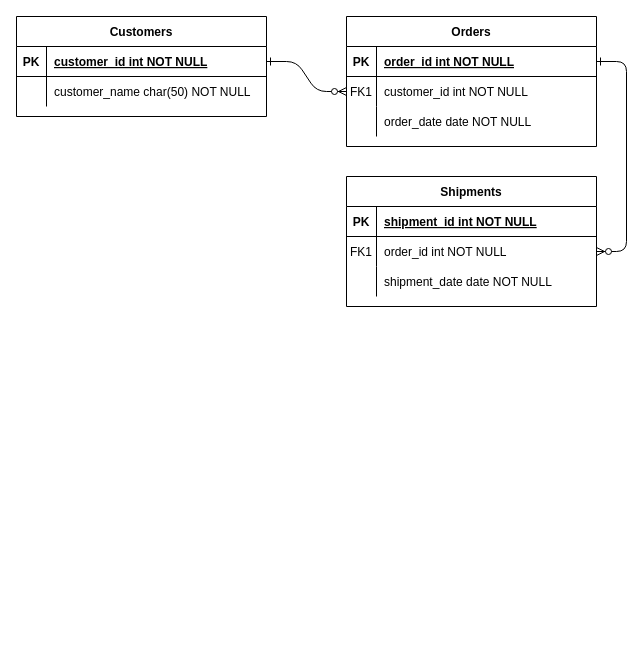
Before: Untitled Diagram.drawio in Elerqsousy/vet-clinic-database, a draw.io diagram. Source tidied: cells renumbered, new cells numbered last; positions are measured from the earlier drawing's top-left corner, leaving out a move shared by most shapes. Both pictures are drawn from the tidied source at 100%, with x=0, y=0 at pixel (16, 16).
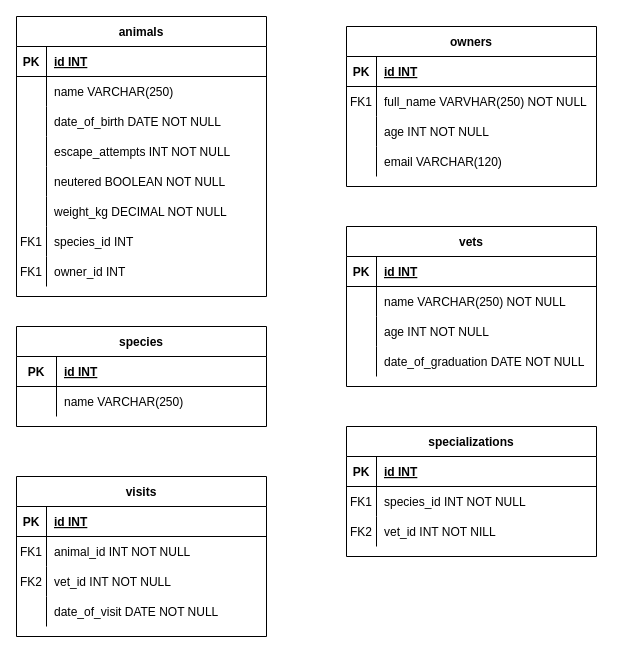
After the change.

Commit message:
Update vet clinic schema diagram

The change refers to these unchanged cells:
```xml
<mxCell id="5" style="shape=partialRectangle;fillColor=none;points=[[0,0.5],[1,0.5]];portConstraint=eastwest;top=0;left=0;right=0;bottom=1;" parent="4" vertex="1">
  <mxGeometry y="30" width="250" height="30" as="geometry" />
</mxCell>
<mxCell id="8" style="shape=partialRectangle;fillColor=none;points=[[0,0.5],[1,0.5]];portConstraint=eastwest;top=0;left=0;right=0;bottom=0;" parent="4" vertex="1">
  <mxGeometry y="60" width="250" height="30" as="geometry" />
</mxCell>
<mxCell id="11" style="shape=partialRectangle;fillColor=none;top=0;left=0;right=0;bottom=0;" parent="4" vertex="1">
  <mxGeometry y="90" width="250" height="30" as="geometry" />
</mxCell>
<mxCell id="15" style="shape=partialRectangle;fillColor=none;top=0;left=0;right=0;bottom=1;" parent="14" vertex="1">
  <mxGeometry y="30" width="250" height="30" as="geometry" />
</mxCell>
<mxCell id="18" style="shape=partialRectangle;fillColor=none;points=[[0,0.5],[1,0.5]];portConstraint=eastwest;top=0;left=0;right=0;bottom=0;" parent="14" vertex="1">
  <mxGeometry y="60" width="250" height="30" as="geometry" />
</mxCell>
<mxCell id="21" style="shape=partialRectangle;fillColor=none;top=0;left=0;right=0;bottom=0;" parent="14" vertex="1">
  <mxGeometry y="90" width="250" height="30" as="geometry" />
</mxCell>
<mxCell id="25" style="shape=partialRectangle;fillColor=none;points=[[0,0.5],[1,0.5]];portConstraint=eastwest;top=0;left=0;right=0;bottom=1;" parent="24" vertex="1">
  <mxGeometry y="30" width="250" height="30" as="geometry" />
</mxCell>
<mxCell id="28" style="shape=partialRectangle;fillColor=none;top=0;left=0;right=0;bottom=0;" parent="24" vertex="1">
  <mxGeometry y="60" width="250" height="30" as="geometry" />
</mxCell>
```

Diff of the diagram source:
```diff
@@
-    <mxCell id="2" style="edgeStyle=entityRelationEdgeStyle;endArrow=ERzeroToMany;startArrow=ERone;endFill=1;startFill=0;" parent="1" edge="1" source="25" target="8">
-      <mxGeometry relative="1" as="geometry" />
-    </mxCell>
-    <mxCell id="3" style="edgeStyle=entityRelationEdgeStyle;endArrow=ERzeroToMany;startArrow=ERone;endFill=1;startFill=0;" parent="1" edge="1" source="5" target="18">
-      <mxGeometry relative="1" as="geometry" />
-    </mxCell>
-    <mxCell id="4" value="Orders" style="shape=table;startSize=30;childLayout=tableLayout;rowLines=0;fontStyle=1;align=center;" parent="1" vertex="1">
-      <mxGeometry x="330" width="250" height="130" as="geometry" />
+    <mxCell id="4" value="owners" style="shape=table;startSize=30;childLayout=tableLayout;rowLines=0;fontStyle=1;align=center;" parent="1" vertex="1">
+      <mxGeometry x="330" y="10" width="250" height="160" as="geometry" />
     </mxCell>
@@
-    <mxCell id="7" value="order_id int NOT NULL " style="shape=partialRectangle;overflow=hidden;fillColor=none;top=0;left=0;bottom=0;right=0;align=left;spacingLeft=6;fontStyle=5;" parent="5" vertex="1">
+    <mxCell id="7" value="id INT " style="shape=partialRectangle;overflow=hidden;fillColor=none;top=0;left=0;bottom=0;right=0;align=left;spacingLeft=6;fontStyle=5;" parent="5" vertex="1">
       <mxGeometry x="30" width="220" height="30" as="geometry" />
     </mxCell>
@@
-    <mxCell id="10" value="customer_id int NOT NULL" style="shape=partialRectangle;overflow=hidden;fillColor=none;top=0;left=0;bottom=0;right=0;align=left;spacingLeft=6;" parent="8" vertex="1">
+    <mxCell id="10" value="full_name VARVHAR(250) NOT NULL" style="shape=partialRectangle;overflow=hidden;fillColor=none;top=0;left=0;bottom=0;right=0;align=left;spacingLeft=6;" parent="8" vertex="1">
       <mxGeometry x="30" width="220" height="30" as="geometry" />
     </mxCell>
@@
-    <mxCell id="13" value="order_date date NOT NULL" style="shape=partialRectangle;overflow=hidden;fillColor=none;top=0;left=0;bottom=0;right=0;align=left;spacingLeft=6;" parent="11" vertex="1">
+    <mxCell id="13" value="age INT NOT NULL" style="shape=partialRectangle;overflow=hidden;fillColor=none;top=0;left=0;bottom=0;right=0;align=left;spacingLeft=6;" parent="11" vertex="1">
       <mxGeometry x="30" width="220" height="30" as="geometry" />
     </mxCell>
+    <mxCell id="31" style="shape=partialRectangle;fillColor=none;top=0;left=0;right=0;bottom=0;" parent="4" vertex="1">
+      <mxGeometry y="120" width="250" height="30" as="geometry" />
+    </mxCell>
+    <mxCell id="32" style="shape=partialRectangle;overflow=hidden;fillColor=none;top=0;left=0;bottom=0;right=0;" parent="31" vertex="1">
+      <mxGeometry width="30" height="30" as="geometry" />
+    </mxCell>
+    <mxCell id="33" value="email VARCHAR(120)" style="shape=partialRectangle;overflow=hidden;fillColor=none;top=0;left=0;bottom=0;right=0;align=left;spacingLeft=6;" parent="31" vertex="1">
+      <mxGeometry x="30" width="220" height="30" as="geometry" />
+    </mxCell>
-    <mxCell id="14" value="Shipments" style="shape=table;startSize=30;childLayout=tableLayout;rowLines=0;fontStyle=1;align=center;" parent="1" vertex="1">
-      <mxGeometry x="330" y="160" width="250" height="130" as="geometry" />
+    <mxCell id="14" value="vets" style="shape=table;startSize=30;childLayout=tableLayout;rowLines=0;fontStyle=1;align=center;" parent="1" vertex="1">
+      <mxGeometry x="330" y="210" width="250" height="160" as="geometry" />
     </mxCell>
@@
-    <mxCell id="17" value="shipment_id int NOT NULL " style="shape=partialRectangle;overflow=hidden;fillColor=none;top=0;left=0;bottom=0;right=0;align=left;spacingLeft=6;fontStyle=5;" parent="15" vertex="1">
+    <mxCell id="17" value="id INT " style="shape=partialRectangle;overflow=hidden;fillColor=none;top=0;left=0;bottom=0;right=0;align=left;spacingLeft=6;fontStyle=5;" parent="15" vertex="1">
       <mxGeometry x="30" width="220" height="30" as="geometry" />
     </mxCell>
@@
-    <mxCell id="19" value="FK1" style="shape=partialRectangle;overflow=hidden;fillColor=none;top=0;left=0;bottom=0;right=0;" parent="18" vertex="1">
+    <mxCell id="19" style="shape=partialRectangle;overflow=hidden;fillColor=none;top=0;left=0;bottom=0;right=0;" parent="18" vertex="1">
       <mxGeometry width="30" height="30" as="geometry" />
     </mxCell>
-    <mxCell id="20" value="order_id int NOT NULL" style="shape=partialRectangle;overflow=hidden;fillColor=none;top=0;left=0;bottom=0;right=0;align=left;spacingLeft=6;" parent="18" vertex="1">
+    <mxCell id="20" value="name VARCHAR(250) NOT NULL" style="shape=partialRectangle;overflow=hidden;fillColor=none;top=0;left=0;bottom=0;right=0;align=left;spacingLeft=6;" parent="18" vertex="1">
       <mxGeometry x="30" width="220" height="30" as="geometry" />
     </mxCell>
@@
-    <mxCell id="23" value="shipment_date date NOT NULL" style="shape=partialRectangle;overflow=hidden;fillColor=none;top=0;left=0;bottom=0;right=0;align=left;spacingLeft=6;" parent="21" vertex="1">
+    <mxCell id="23" value="age INT NOT NULL" style="shape=partialRectangle;overflow=hidden;fillColor=none;top=0;left=0;bottom=0;right=0;align=left;spacingLeft=6;" parent="21" vertex="1">
       <mxGeometry x="30" width="220" height="30" as="geometry" />
     </mxCell>
+    <mxCell id="34" style="shape=partialRectangle;fillColor=none;top=0;left=0;right=0;bottom=0;" parent="14" vertex="1">
+      <mxGeometry y="120" width="250" height="30" as="geometry" />
+    </mxCell>
+    <mxCell id="35" style="shape=partialRectangle;overflow=hidden;fillColor=none;top=0;left=0;bottom=0;right=0;" parent="34" vertex="1">
+      <mxGeometry width="30" height="30" as="geometry" />
+    </mxCell>
+    <mxCell id="36" value="date_of_graduation DATE NOT NULL" style="shape=partialRectangle;overflow=hidden;fillColor=none;top=0;left=0;bottom=0;right=0;align=left;spacingLeft=6;" parent="34" vertex="1">
+      <mxGeometry x="30" width="220" height="30" as="geometry" />
+    </mxCell>
-    <mxCell id="24" value="Customers" style="shape=table;startSize=30;childLayout=tableLayout;rowLines=0;fontStyle=1;align=center;" parent="1" vertex="1">
-      <mxGeometry width="250" height="100" as="geometry" />
+    <mxCell id="24" value="animals" style="shape=table;startSize=30;childLayout=tableLayout;rowLines=0;fontStyle=1;align=center;" parent="1" vertex="1">
+      <mxGeometry width="250" height="280" as="geometry" />
     </mxCell>
@@
-    <mxCell id="27" value="customer_id int NOT NULL " style="shape=partialRectangle;overflow=hidden;fillColor=none;top=0;left=0;bottom=0;right=0;align=left;spacingLeft=6;fontStyle=5;" parent="25" vertex="1">
+    <mxCell id="27" value="id INT " style="shape=partialRectangle;overflow=hidden;fillColor=none;top=0;left=0;bottom=0;right=0;align=left;spacingLeft=6;fontStyle=5;" parent="25" vertex="1">
       <mxGeometry x="30" width="220" height="30" as="geometry" />
     </mxCell>
@@
-    <mxCell id="30" value="customer_name char(50) NOT NULL" style="shape=partialRectangle;overflow=hidden;fillColor=none;top=0;left=0;bottom=0;right=0;align=left;spacingLeft=6;" parent="28" vertex="1">
+    <mxCell id="30" value="name VARCHAR(250)" style="shape=partialRectangle;overflow=hidden;fillColor=none;top=0;left=0;bottom=0;right=0;align=left;spacingLeft=6;" parent="28" vertex="1">
       <mxGeometry x="30" width="220" height="30" as="geometry" />
     </mxCell>
+    <mxCell id="37" style="shape=partialRectangle;fillColor=none;top=0;left=0;right=0;bottom=0;" parent="24" vertex="1">
+      <mxGeometry y="90" width="250" height="30" as="geometry" />
+    </mxCell>
+    <mxCell id="38" style="shape=partialRectangle;overflow=hidden;fillColor=none;top=0;left=0;bottom=0;right=0;" parent="37" vertex="1">
+      <mxGeometry width="30" height="30" as="geometry" />
+    </mxCell>
+    <mxCell id="39" value="date_of_birth DATE NOT NULL" style="shape=partialRectangle;overflow=hidden;fillColor=none;top=0;left=0;bottom=0;right=0;align=left;spacingLeft=6;" parent="37" vertex="1">
+      <mxGeometry x="30" width="220" height="30" as="geometry" />
+    </mxCell>
+    <mxCell id="40" style="shape=partialRectangle;fillColor=none;top=0;left=0;right=0;bottom=0;" parent="24" vertex="1">
+      <mxGeometry y="120" width="250" height="30" as="geometry" />
+    </mxCell>
+    <mxCell id="41" style="shape=partialRectangle;overflow=hidden;fillColor=none;top=0;left=0;bottom=0;right=0;" parent="40" vertex="1">
+      <mxGeometry width="30" height="30" as="geometry" />
+    </mxCell>
+    <mxCell id="42" value="escape_attempts INT NOT NULL" style="shape=partialRectangle;overflow=hidden;fillColor=none;top=0;left=0;bottom=0;right=0;align=left;spacingLeft=6;" parent="40" vertex="1">
+      <mxGeometry x="30" width="220" height="30" as="geometry" />
+    </mxCell>
+    <mxCell id="43" style="shape=partialRectangle;fillColor=none;top=0;left=0;right=0;bottom=0;" parent="24" vertex="1">
+      <mxGeometry y="150" width="250" height="30" as="geometry" />
+    </mxCell>
+    <mxCell id="44" style="shape=partialRectangle;overflow=hidden;fillColor=none;top=0;left=0;bottom=0;right=0;" parent="43" vertex="1">
+      <mxGeometry width="30" height="30" as="geometry" />
+    </mxCell>
+    <mxCell id="45" value="neutered BOOLEAN NOT NULL" style="shape=partialRectangle;overflow=hidden;fillColor=none;top=0;left=0;bottom=0;right=0;align=left;spacingLeft=6;" parent="43" vertex="1">
+      <mxGeometry x="30" width="220" height="30" as="geometry" />
+    </mxCell>
+    <mxCell id="46" style="shape=partialRectangle;fillColor=none;top=0;left=0;right=0;bottom=0;" parent="24" vertex="1">
+      <mxGeometry y="180" width="250" height="30" as="geometry" />
+    </mxCell>
+    <mxCell id="47" style="shape=partialRectangle;overflow=hidden;fillColor=none;top=0;left=0;bottom=0;right=0;" parent="46" vertex="1">
+      <mxGeometry width="30" height="30" as="geometry" />
+    </mxCell>
+    <mxCell id="48" value="weight_kg DECIMAL NOT NULL" style="shape=partialRectangle;overflow=hidden;fillColor=none;top=0;left=0;bottom=0;right=0;align=left;spacingLeft=6;" parent="46" vertex="1">
+      <mxGeometry x="30" width="220" height="30" as="geometry" />
+    </mxCell>
+    <mxCell id="49" style="shape=partialRectangle;fillColor=none;top=0;left=0;right=0;bottom=0;" parent="24" vertex="1">
+      <mxGeometry y="210" width="250" height="30" as="geometry" />
+    </mxCell>
+    <mxCell id="50" value="FK1" style="shape=partialRectangle;overflow=hidden;fillColor=none;top=0;left=0;bottom=0;right=0;" parent="49" vertex="1">
+      <mxGeometry width="30" height="30" as="geometry" />
+    </mxCell>
+    <mxCell id="51" value="species_id INT " style="shape=partialRectangle;overflow=hidden;fillColor=none;top=0;left=0;bottom=0;right=0;align=left;spacingLeft=6;" parent="49" vertex="1">
+      <mxGeometry x="30" width="220" height="30" as="geometry" />
+    </mxCell>
+    <mxCell id="52" style="shape=partialRectangle;fillColor=none;top=0;left=0;right=0;bottom=0;" parent="24" vertex="1">
+      <mxGeometry y="240" width="250" height="30" as="geometry" />
+    </mxCell>
+    <mxCell id="53" value="FK1" style="shape=partialRectangle;overflow=hidden;fillColor=none;top=0;left=0;bottom=0;right=0;" parent="52" vertex="1">
+      <mxGeometry width="30" height="30" as="geometry" />
+    </mxCell>
+    <mxCell id="54" value="owner_id INT" style="shape=partialRectangle;overflow=hidden;fillColor=none;top=0;left=0;bottom=0;right=0;align=left;spacingLeft=6;" parent="52" vertex="1">
+      <mxGeometry x="30" width="220" height="30" as="geometry" />
+    </mxCell>
+    <mxCell id="55" value="species" style="shape=table;startSize=30;childLayout=tableLayout;rowLines=0;fontStyle=1;align=center;" parent="1" vertex="1">
+      <mxGeometry y="310" width="250" height="100" as="geometry" />
+    </mxCell>
+    <mxCell id="56" style="shape=partialRectangle;fillColor=none;top=0;left=0;right=0;bottom=1;" parent="55" vertex="1">
+      <mxGeometry y="30" width="250" height="30" as="geometry" />
+    </mxCell>
+    <mxCell id="57" value="PK" style="shape=partialRectangle;overflow=hidden;fillColor=none;top=0;left=0;bottom=0;right=0;fontStyle=1;" parent="56" vertex="1">
+      <mxGeometry width="40" height="30" as="geometry" />
+    </mxCell>
+    <mxCell id="58" value="id INT" style="shape=partialRectangle;overflow=hidden;fillColor=none;top=0;left=0;bottom=0;right=0;align=left;spacingLeft=6;fontStyle=5;" parent="56" vertex="1">
+      <mxGeometry x="40" width="210" height="30" as="geometry" />
+    </mxCell>
+    <mxCell id="59" style="shape=partialRectangle;fillColor=none;top=0;left=0;right=0;bottom=0;" parent="55" vertex="1">
+      <mxGeometry y="60" width="250" height="30" as="geometry" />
+    </mxCell>
+    <mxCell id="60" style="shape=partialRectangle;overflow=hidden;fillColor=none;top=0;left=0;bottom=0;right=0;" parent="59" vertex="1">
+      <mxGeometry width="40" height="30" as="geometry" />
+    </mxCell>
+    <mxCell id="61" value="name VARCHAR(250)" style="shape=partialRectangle;overflow=hidden;fillColor=none;top=0;left=0;bottom=0;right=0;align=left;spacingLeft=6;" parent="59" vertex="1">
+      <mxGeometry x="40" width="210" height="30" as="geometry" />
+    </mxCell>
+    <mxCell id="62" value="specializations" style="shape=table;startSize=30;childLayout=tableLayout;rowLines=0;fontStyle=1;align=center;" parent="1" vertex="1">
+      <mxGeometry x="330" y="410" width="250" height="130" as="geometry" />
+    </mxCell>
+    <mxCell id="63" style="shape=partialRectangle;fillColor=none;top=0;left=0;right=0;bottom=1;" parent="62" vertex="1">
+      <mxGeometry y="30" width="250" height="30" as="geometry" />
+    </mxCell>
+    <mxCell id="64" value="PK" style="shape=partialRectangle;overflow=hidden;fillColor=none;top=0;left=0;bottom=0;right=0;fontStyle=1;" parent="63" vertex="1">
+      <mxGeometry width="30" height="30" as="geometry" />
+    </mxCell>
+    <mxCell id="65" value="id INT " style="shape=partialRectangle;overflow=hidden;fillColor=none;top=0;left=0;bottom=0;right=0;align=left;spacingLeft=6;fontStyle=5;" parent="63" vertex="1">
+      <mxGeometry x="30" width="220" height="30" as="geometry" />
+    </mxCell>
+    <mxCell id="66" style="shape=partialRectangle;fillColor=none;top=0;left=0;right=0;bottom=0;" parent="62" vertex="1">
+      <mxGeometry y="60" width="250" height="30" as="geometry" />
+    </mxCell>
+    <mxCell id="67" value="FK1" style="shape=partialRectangle;overflow=hidden;fillColor=none;top=0;left=0;bottom=0;right=0;" parent="66" vertex="1">
+      <mxGeometry width="30" height="30" as="geometry" />
+    </mxCell>
+    <mxCell id="68" value="species_id INT NOT NULL" style="shape=partialRectangle;overflow=hidden;fillColor=none;top=0;left=0;bottom=0;right=0;align=left;spacingLeft=6;" parent="66" vertex="1">
+      <mxGeometry x="30" width="220" height="30" as="geometry" />
+    </mxCell>
+    <mxCell id="69" style="shape=partialRectangle;fillColor=none;top=0;left=0;right=0;bottom=0;" parent="62" vertex="1">
+      <mxGeometry y="90" width="250" height="30" as="geometry" />
+    </mxCell>
+    <mxCell id="70" value="FK2" style="shape=partialRectangle;overflow=hidden;fillColor=none;top=0;left=0;bottom=0;right=0;" parent="69" vertex="1">
+      <mxGeometry width="30" height="30" as="geometry" />
+    </mxCell>
+    <mxCell id="71" value="vet_id INT NOT NILL" style="shape=partialRectangle;overflow=hidden;fillColor=none;top=0;left=0;bottom=0;right=0;align=left;spacingLeft=6;" parent="69" vertex="1">
+      <mxGeometry x="30" width="220" height="30" as="geometry" />
+    </mxCell>
+    <mxCell id="72" value="visits" style="shape=table;startSize=30;childLayout=tableLayout;rowLines=0;fontStyle=1;align=center;" parent="1" vertex="1">
+      <mxGeometry y="460" width="250" height="160" as="geometry" />
+    </mxCell>
+    <mxCell id="73" style="shape=partialRectangle;fillColor=none;top=0;left=0;right=0;bottom=1;" parent="72" vertex="1">
+      <mxGeometry y="30" width="250" height="30" as="geometry" />
+    </mxCell>
+    <mxCell id="74" value="PK" style="shape=partialRectangle;overflow=hidden;fillColor=none;top=0;left=0;bottom=0;right=0;fontStyle=1;" parent="73" vertex="1">
+      <mxGeometry width="30" height="30" as="geometry" />
+    </mxCell>
+    <mxCell id="75" value="id INT " style="shape=partialRectangle;overflow=hidden;fillColor=none;top=0;left=0;bottom=0;right=0;align=left;spacingLeft=6;fontStyle=5;" parent="73" vertex="1">
+      <mxGeometry x="30" width="220" height="30" as="geometry" />
+    </mxCell>
+    <mxCell id="76" style="shape=partialRectangle;fillColor=none;top=0;left=0;right=0;bottom=0;" parent="72" vertex="1">
+      <mxGeometry y="60" width="250" height="30" as="geometry" />
+    </mxCell>
+    <mxCell id="77" value="FK1" style="shape=partialRectangle;overflow=hidden;fillColor=none;top=0;left=0;bottom=0;right=0;" parent="76" vertex="1">
+      <mxGeometry width="30" height="30" as="geometry" />
+    </mxCell>
+    <mxCell id="78" value="animal_id INT NOT NULL" style="shape=partialRectangle;overflow=hidden;fillColor=none;top=0;left=0;bottom=0;right=0;align=left;spacingLeft=6;" parent="76" vertex="1">
+      <mxGeometry x="30" width="220" height="30" as="geometry" />
+    </mxCell>
+    <mxCell id="79" style="shape=partialRectangle;fillColor=none;top=0;left=0;right=0;bottom=0;" parent="72" vertex="1">
+      <mxGeometry y="90" width="250" height="30" as="geometry" />
+    </mxCell>
+    <mxCell id="80" value="FK2" style="shape=partialRectangle;overflow=hidden;fillColor=none;top=0;left=0;bottom=0;right=0;" parent="79" vertex="1">
+      <mxGeometry width="30" height="30" as="geometry" />
+    </mxCell>
+    <mxCell id="81" value="vet_id INT NOT NULL" style="shape=partialRectangle;overflow=hidden;fillColor=none;top=0;left=0;bottom=0;right=0;align=left;spacingLeft=6;" parent="79" vertex="1">
+      <mxGeometry x="30" width="220" height="30" as="geometry" />
+    </mxCell>
+    <mxCell id="82" style="shape=partialRectangle;fillColor=none;top=0;left=0;right=0;bottom=0;" parent="72" vertex="1">
+      <mxGeometry y="120" width="250" height="30" as="geometry" />
+    </mxCell>
+    <mxCell id="83" style="shape=partialRectangle;overflow=hidden;fillColor=none;top=0;left=0;bottom=0;right=0;" parent="82" vertex="1">
+      <mxGeometry width="30" height="30" as="geometry" />
+    </mxCell>
+    <mxCell id="84" value="date_of_visit DATE NOT NULL" style="shape=partialRectangle;overflow=hidden;fillColor=none;top=0;left=0;bottom=0;right=0;align=left;spacingLeft=6;" parent="82" vertex="1">
+      <mxGeometry x="30" width="220" height="30" as="geometry" />
+    </mxCell>
```
